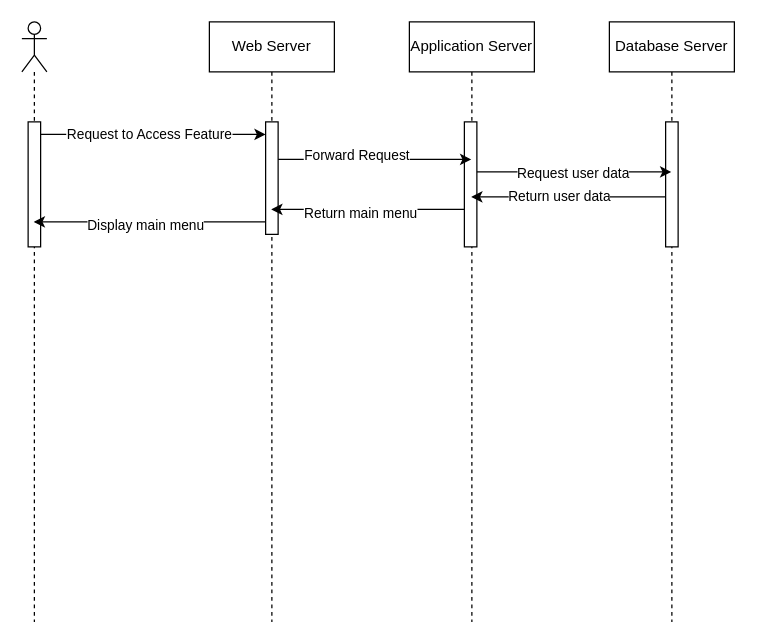
Before: page "search recipe" (1 of 4) of user-search-recipe-seq.drawio in mnanwarmz/fyp-diagrams, a draw.io diagram. Source tidied: cells renumbered, new cells numbered last; positions are measured from the earlier drawing's top-left corner, leaving out a move shared by most shapes. Both pictures are drawn from the tidied source at 125%, with x=0, y=0 at pixel (21, 21).
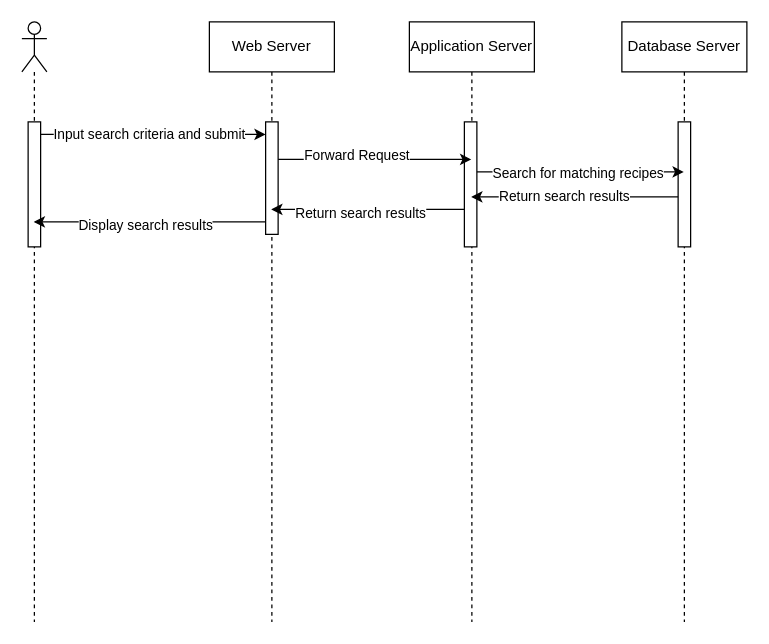
Above is the later version.

The change refers to these unchanged cells:
```xml
<mxCell id="10" style="edgeStyle=none;html=1;" parent="1" edge="1" source="3" target="5">
  <mxGeometry relative="1" as="geometry">
    <Array as="points">
      <mxPoint x="120" y="90" />
    </Array>
  </mxGeometry>
</mxCell>
<mxCell id="12" style="edgeStyle=none;html=1;" parent="1" edge="1" source="7" target="8">
  <mxGeometry relative="1" as="geometry">
    <Array as="points">
      <mxPoint x="450" y="120" />
    </Array>
  </mxGeometry>
</mxCell>
<mxCell id="16" style="edgeStyle=none;html=1;" parent="1" edge="1" source="9" target="6">
  <mxGeometry relative="1" as="geometry">
    <Array as="points">
      <mxPoint x="440" y="140" />
    </Array>
  </mxGeometry>
</mxCell>
<mxCell id="18" style="edgeStyle=none;html=1;" parent="1" edge="1" source="7" target="4">
  <mxGeometry relative="1" as="geometry">
    <Array as="points">
      <mxPoint x="280" y="150" />
    </Array>
  </mxGeometry>
</mxCell>
<mxCell id="20" style="edgeStyle=none;html=1;" parent="1" edge="1" source="5" target="2">
  <mxGeometry relative="1" as="geometry">
    <Array as="points">
      <mxPoint x="110" y="160" />
    </Array>
  </mxGeometry>
</mxCell>
```

Diff of the diagram source:
```diff
@@
     <mxCell id="8" value="Database Server" style="shape=umlLifeline;perimeter=lifelinePerimeter;whiteSpace=wrap;html=1;outlineConnect=0;" parent="1" vertex="1">
-      <mxGeometry x="470" width="100" height="480" as="geometry" />
+      <mxGeometry x="480" width="100" height="480" as="geometry" />
     </mxCell>
@@
-    <mxCell id="11" value="Request to Access Feature" style="edgeLabel;html=1;align=center;verticalAlign=middle;" parent="10" vertex="1">
+    <mxCell id="11" value="Input search criteria and submit" style="edgeLabel;html=1;align=center;verticalAlign=middle;" parent="10" vertex="1">
       <mxGeometry x="-0.05" y="1" relative="1" as="geometry" />
     </mxCell>
@@
-    <mxCell id="13" value="Request user data" style="edgeLabel;html=1;align=center;verticalAlign=middle;" parent="12" vertex="1">
+    <mxCell id="13" value="Search for matching recipes" style="edgeLabel;html=1;align=center;verticalAlign=middle;" parent="12" vertex="1">
       <mxGeometry x="-0.23" y="-1" relative="1" as="geometry">
         <mxPoint x="16" y="-1" as="offset" />
       </mxGeometry>
     </mxCell>
@@
-    <mxCell id="17" value="Return user data" style="edgeLabel;html=1;align=center;verticalAlign=middle;" parent="16" vertex="1">
+    <mxCell id="17" value="Return search results" style="edgeLabel;html=1;align=center;verticalAlign=middle;" parent="16" vertex="1">
       <mxGeometry x="0.11" y="-1" relative="1" as="geometry" />
     </mxCell>
@@
-    <mxCell id="19" value="Return main menu" style="edgeLabel;html=1;align=center;verticalAlign=middle;" parent="18" vertex="1">
+    <mxCell id="19" value="Return search results" style="edgeLabel;html=1;align=center;verticalAlign=middle;" parent="18" vertex="1">
       <mxGeometry x="0.09" y="2" relative="1" as="geometry" />
     </mxCell>
@@
-    <mxCell id="21" value="Display main menu" style="edgeLabel;html=1;align=center;verticalAlign=middle;" parent="20" vertex="1">
+    <mxCell id="21" value="Display search results" style="edgeLabel;html=1;align=center;verticalAlign=middle;" parent="20" vertex="1">
       <mxGeometry x="0.05" y="2" relative="1" as="geometry" />
     </mxCell>
```
